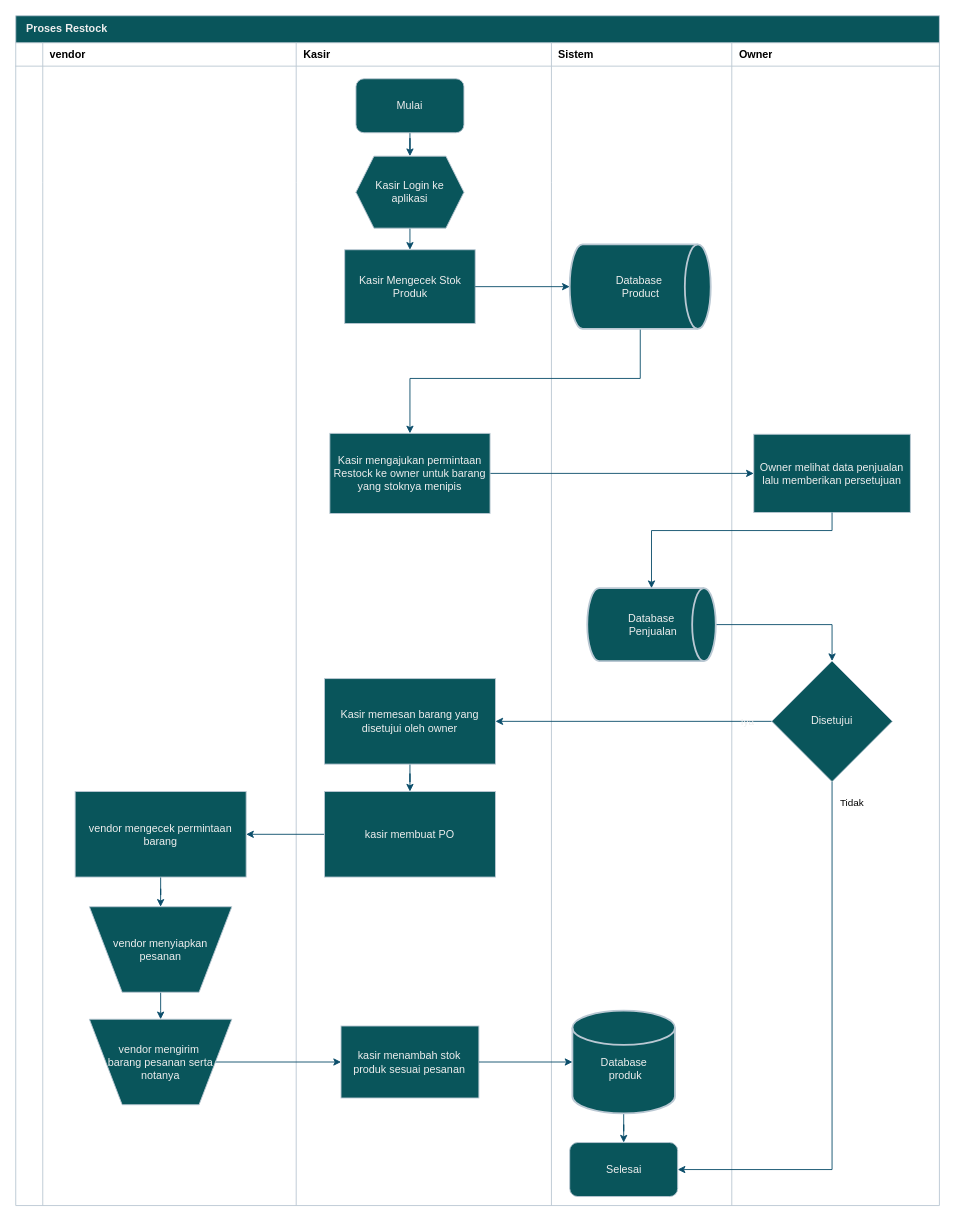
The draw.io diagram restock product.drawio in shinoaaa/drawio, before the edit. Source tidied: cells renumbered, new cells numbered last; positions are measured from the earlier drawing's top-left corner, leaving out a move shared by most shapes. Both pictures are drawn from the tidied source at 90%, with x=0, y=0 at pixel (15, 15).
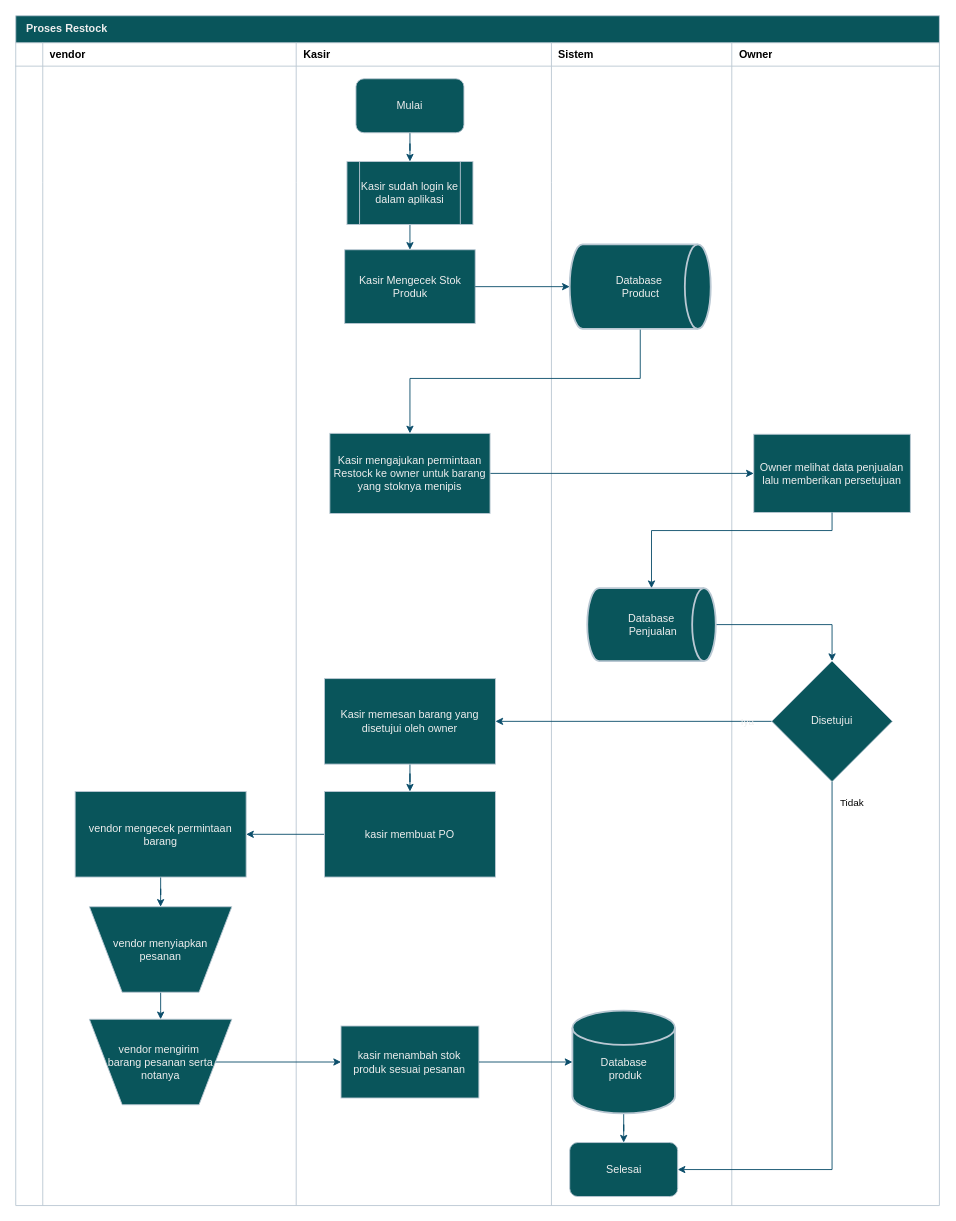
The same page after the edit.

Unchanged cells that the change refers to:
```xml
<mxCell id="28" value="Mulai" style="rounded=1;whiteSpace=wrap;html=1;strokeColor=#BAC8D3;fontColor=#EEEEEE;fillColor=#09555B;labelBackgroundColor=none;" parent="1" vertex="1">
  <mxGeometry x="378" y="70" width="120" height="60" as="geometry" />
</mxCell>
<mxCell id="30" value="Kasir Mengecek Stok Produk" style="rounded=0;whiteSpace=wrap;html=1;strokeColor=#BAC8D3;fontColor=#EEEEEE;fillColor=#09555B;labelBackgroundColor=none;" parent="1" vertex="1">
  <mxGeometry x="365.5" y="260" width="145" height="82" as="geometry" />
</mxCell>
```

The edit, as a diff of the source:
```diff
@@
-    <mxCell id="27" style="edgeStyle=orthogonalEdgeStyle;rounded=0;jettySize=auto;html=1;entryX=0.5;entryY=0;entryDx=0;entryDy=0;strokeColor=#0B4D6A;labelBackgroundColor=none;fontColor=default;" parent="1" edge="1" source="28" target="43">
+    <mxCell id="27" style="edgeStyle=orthogonalEdgeStyle;rounded=0;jettySize=auto;html=1;entryX=0.5;entryY=0;entryDx=0;entryDy=0;strokeColor=#0B4D6A;labelBackgroundColor=none;fontColor=default;" parent="1" edge="1" source="28" target="61">
       <mxGeometry relative="1" as="geometry" />
     </mxCell>
@@
-    <mxCell id="29" style="edgeStyle=orthogonalEdgeStyle;rounded=0;jettySize=auto;html=1;entryX=0.5;entryY=0;entryDx=0;entryDy=0;strokeColor=#0B4D6A;labelBackgroundColor=none;fontColor=default;exitX=0.5;exitY=1;exitDx=0;exitDy=0;" parent="1" edge="1" source="43" target="30">
+    <mxCell id="29" style="edgeStyle=orthogonalEdgeStyle;rounded=0;jettySize=auto;html=1;entryX=0.5;entryY=0;entryDx=0;entryDy=0;strokeColor=#0B4D6A;labelBackgroundColor=none;fontColor=default;exitX=0.5;exitY=1;exitDx=0;exitDy=0;" parent="1" edge="1" source="61" target="30">
       <mxGeometry relative="1" as="geometry" />
     </mxCell>
@@
-    <mxCell id="43" value="Kasir Login ke aplikasi" style="shape=hexagon;perimeter=hexagonPerimeter2;whiteSpace=wrap;html=1;fixedSize=1;strokeColor=#BAC8D3;fontColor=#EEEEEE;fillColor=#09555B;labelBackgroundColor=none;" parent="1" vertex="1">
-      <mxGeometry x="378" y="156" width="120" height="80" as="geometry" />
-    </mxCell>
@@
+    <mxCell id="61" value="Kasir sudah login ke dalam aplikasi" style="shape=process;whiteSpace=wrap;html=1;backgroundOutline=1;labelBackgroundColor=none;fillColor=#09555B;strokeColor=#BAC8D3;fontColor=#EEEEEE;" parent="1" vertex="1">
+      <mxGeometry x="368" y="162" width="140" height="70" as="geometry" />
+    </mxCell>
```
